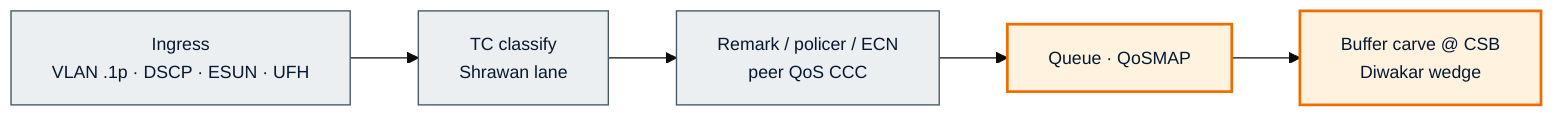
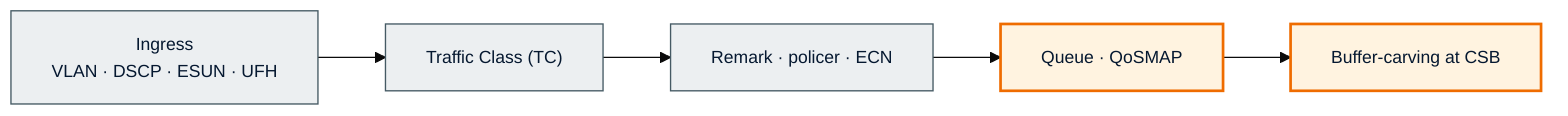
%%{init: {'theme': 'base', 'themeVariables': { 'fontSize': '13px'}}}%%
flowchart LR
-   IN["Ingress<br/>VLAN .1p · DSCP · ESUN · UFH"]
-   TC["TC classify<br/>Shrawan lane"]
-   REM["Remark / policer / ECN<br/>peer QoS CCC"]
+   IN["Ingress<br/>VLAN · DSCP · ESUN · UFH"]
+   TC["Traffic Class (TC)"]
+   REM["Remark · policer · ECN"]
  Q["Queue · QoSMAP"]
-   CSB["Buffer carve @ CSB<br/>Diwakar wedge"]
+   CSB["Buffer-carving at CSB"]

  IN --> TC --> REM --> Q --> CSB

  classDef peer fill:#ECEFF1,stroke:#455A64,color:#051830
  classDef lane fill:#FFF3E0,stroke:#EF6C00,color:#051830,stroke-width:2px

  class IN,TC,REM peer
  class Q,CSB lane
